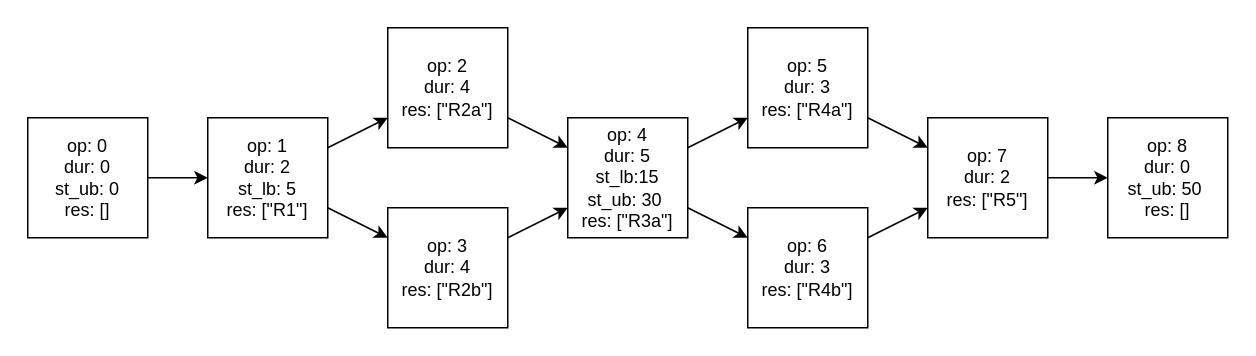
Earlier version of the draw.io diagram auxil/train_dag.drawio (svrc-jan/master-thesis-text). Source tidied: cells renumbered, new cells numbered last; positions are measured from the earlier drawing's top-left corner, leaving out a move shared by most shapes. Both pictures are drawn from the tidied source at 150%, with x=0, y=0 at pixel (27, 27).
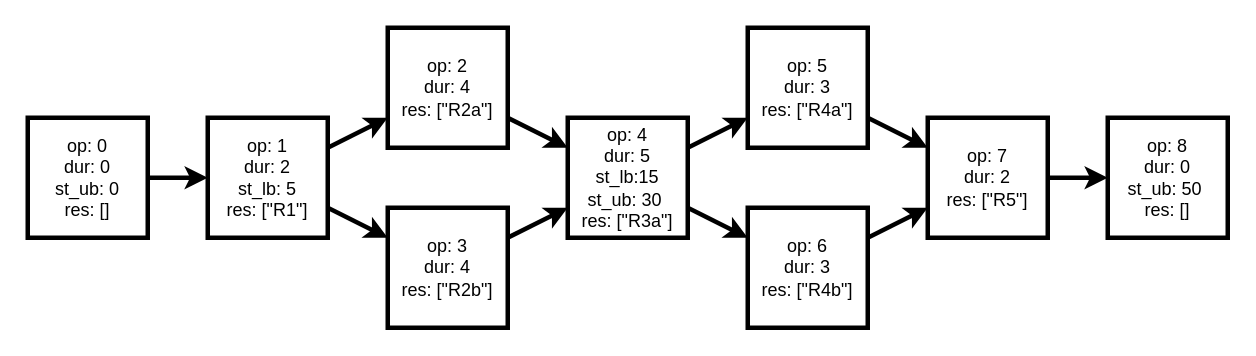
After the change.

What changed in the source:
```diff
@@
-    <mxCell id="2" value="&lt;div&gt;op: 0&lt;/div&gt;&lt;div&gt;dur: 0&lt;/div&gt;&lt;div&gt;st_ub: 0&lt;/div&gt;&lt;div&gt;res: []&lt;/div&gt;" style="rounded=0;whiteSpace=wrap;html=1;" parent="1" vertex="1">
+    <mxCell id="2" value="&lt;div&gt;op: 0&lt;/div&gt;&lt;div&gt;dur: 0&lt;/div&gt;&lt;div&gt;st_ub: 0&lt;/div&gt;&lt;div&gt;res: []&lt;/div&gt;" style="rounded=0;whiteSpace=wrap;html=1;strokeWidth=3;" parent="1" vertex="1">
       <mxGeometry y="60" width="80" height="80" as="geometry" />
     </mxCell>
-    <mxCell id="3" value="&lt;div&gt;op: 1&lt;/div&gt;&lt;div&gt;dur: 2&lt;/div&gt;&lt;div&gt;st_lb: 5&lt;/div&gt;&lt;div&gt;res: [&quot;R1&quot;]&lt;/div&gt;" style="rounded=0;whiteSpace=wrap;html=1;" parent="1" vertex="1">
+    <mxCell id="3" value="&lt;div&gt;op: 1&lt;/div&gt;&lt;div&gt;dur: 2&lt;/div&gt;&lt;div&gt;st_lb: 5&lt;/div&gt;&lt;div&gt;res: [&quot;R1&quot;]&lt;/div&gt;" style="rounded=0;whiteSpace=wrap;html=1;strokeWidth=3;" parent="1" vertex="1">
       <mxGeometry x="120" y="60" width="80" height="80" as="geometry" />
     </mxCell>
-    <mxCell id="4" value="&lt;div&gt;op: 2&lt;/div&gt;&lt;div&gt;dur: 4&lt;/div&gt;&lt;div&gt;res: [&quot;R2a&quot;]&lt;/div&gt;" style="rounded=0;whiteSpace=wrap;html=1;" parent="1" vertex="1">
+    <mxCell id="4" value="&lt;div&gt;op: 2&lt;/div&gt;&lt;div&gt;dur: 4&lt;/div&gt;&lt;div&gt;res: [&quot;R2a&quot;]&lt;/div&gt;" style="rounded=0;whiteSpace=wrap;html=1;strokeWidth=3;" parent="1" vertex="1">
       <mxGeometry x="240" width="80" height="80" as="geometry" />
     </mxCell>
-    <mxCell id="5" value="&lt;div&gt;op: 3&lt;/div&gt;&lt;div&gt;dur: 4&lt;/div&gt;&lt;div&gt;res: [&quot;R2b&quot;]&lt;/div&gt;" style="rounded=0;whiteSpace=wrap;html=1;" parent="1" vertex="1">
+    <mxCell id="5" value="&lt;div&gt;op: 3&lt;/div&gt;&lt;div&gt;dur: 4&lt;/div&gt;&lt;div&gt;res: [&quot;R2b&quot;]&lt;/div&gt;" style="rounded=0;whiteSpace=wrap;html=1;strokeWidth=3;" parent="1" vertex="1">
       <mxGeometry x="240" y="120" width="80" height="80" as="geometry" />
     </mxCell>
-    <mxCell id="6" value="&lt;div&gt;op: 4&lt;/div&gt;&lt;div&gt;dur: 5&lt;/div&gt;&lt;div&gt;st_lb:15&lt;/div&gt;&lt;div&gt;st_ub: 30&amp;nbsp;&lt;/div&gt;&lt;div&gt;res: [&quot;R3a&quot;]&lt;/div&gt;" style="rounded=0;whiteSpace=wrap;html=1;" parent="1" vertex="1">
+    <mxCell id="6" value="&lt;div&gt;op: 4&lt;/div&gt;&lt;div&gt;dur: 5&lt;/div&gt;&lt;div&gt;st_lb:15&lt;/div&gt;&lt;div&gt;st_ub: 30&amp;nbsp;&lt;/div&gt;&lt;div&gt;res: [&quot;R3a&quot;]&lt;/div&gt;" style="rounded=0;whiteSpace=wrap;html=1;strokeWidth=3;" parent="1" vertex="1">
       <mxGeometry x="360" y="60" width="80" height="80" as="geometry" />
     </mxCell>
-    <mxCell id="7" value="&lt;div&gt;op: 5&lt;/div&gt;&lt;div&gt;dur: 3&lt;/div&gt;&lt;div&gt;res: [&quot;R4a&quot;]&lt;/div&gt;" style="rounded=0;whiteSpace=wrap;html=1;" parent="1" vertex="1">
+    <mxCell id="7" value="&lt;div&gt;op: 5&lt;/div&gt;&lt;div&gt;dur: 3&lt;/div&gt;&lt;div&gt;res: [&quot;R4a&quot;]&lt;/div&gt;" style="rounded=0;whiteSpace=wrap;html=1;strokeWidth=3;" parent="1" vertex="1">
       <mxGeometry x="480" width="80" height="80" as="geometry" />
     </mxCell>
-    <mxCell id="8" value="&lt;div&gt;op: 6&lt;/div&gt;&lt;div&gt;dur: 3&lt;/div&gt;&lt;div&gt;res: [&quot;R4b&quot;]&lt;/div&gt;" style="rounded=0;whiteSpace=wrap;html=1;" parent="1" vertex="1">
+    <mxCell id="8" value="&lt;div&gt;op: 6&lt;/div&gt;&lt;div&gt;dur: 3&lt;/div&gt;&lt;div&gt;res: [&quot;R4b&quot;]&lt;/div&gt;" style="rounded=0;whiteSpace=wrap;html=1;strokeWidth=3;" parent="1" vertex="1">
       <mxGeometry x="480" y="120" width="80" height="80" as="geometry" />
     </mxCell>
-    <mxCell id="9" value="&lt;div&gt;op: 7&lt;/div&gt;&lt;div&gt;dur: 2&lt;/div&gt;&lt;div&gt;res: [&quot;R5&quot;]&lt;/div&gt;" style="rounded=0;whiteSpace=wrap;html=1;" parent="1" vertex="1">
+    <mxCell id="9" value="&lt;div&gt;op: 7&lt;/div&gt;&lt;div&gt;dur: 2&lt;/div&gt;&lt;div&gt;res: [&quot;R5&quot;]&lt;/div&gt;" style="rounded=0;whiteSpace=wrap;html=1;strokeWidth=3;" parent="1" vertex="1">
       <mxGeometry x="600" y="60" width="80" height="80" as="geometry" />
     </mxCell>
-    <mxCell id="10" value="&lt;div&gt;op: 8&lt;/div&gt;&lt;div&gt;dur: 0&lt;/div&gt;&lt;div&gt;st_ub: 50&amp;nbsp;&lt;/div&gt;&lt;div&gt;res: []&lt;/div&gt;" style="rounded=0;whiteSpace=wrap;html=1;" parent="1" vertex="1">
+    <mxCell id="10" value="&lt;div&gt;op: 8&lt;/div&gt;&lt;div&gt;dur: 0&lt;/div&gt;&lt;div&gt;st_ub: 50&amp;nbsp;&lt;/div&gt;&lt;div&gt;res: []&lt;/div&gt;" style="rounded=0;whiteSpace=wrap;html=1;strokeWidth=3;" parent="1" vertex="1">
       <mxGeometry x="720" y="60" width="80" height="80" as="geometry" />
     </mxCell>
-    <mxCell id="11" style="endArrow=classic;html=1;rounded=0;" parent="1" edge="1" source="2" target="3">
+    <mxCell id="11" style="endArrow=classic;html=1;rounded=0;strokeWidth=3;" parent="1" edge="1" source="2" target="3">
       <mxGeometry relative="1" as="geometry" />
     </mxCell>
-    <mxCell id="12" style="endArrow=classic;html=1;rounded=0;" parent="1" edge="1" source="3" target="4">
+    <mxCell id="12" style="endArrow=classic;html=1;rounded=0;strokeWidth=3;" parent="1" edge="1" source="3" target="4">
       <mxGeometry relative="1" as="geometry" />
     </mxCell>
-    <mxCell id="13" style="endArrow=classic;html=1;rounded=0;" parent="1" edge="1" source="3" target="5">
+    <mxCell id="13" style="endArrow=classic;html=1;rounded=0;strokeWidth=3;" parent="1" edge="1" source="3" target="5">
       <mxGeometry relative="1" as="geometry" />
     </mxCell>
-    <mxCell id="14" style="endArrow=classic;html=1;rounded=0;" parent="1" edge="1" source="4" target="6">
+    <mxCell id="14" style="endArrow=classic;html=1;rounded=0;strokeWidth=3;" parent="1" edge="1" source="4" target="6">
       <mxGeometry relative="1" as="geometry" />
     </mxCell>
-    <mxCell id="15" style="endArrow=classic;html=1;rounded=0;" parent="1" edge="1" source="5" target="6">
+    <mxCell id="15" style="endArrow=classic;html=1;rounded=0;strokeWidth=3;" parent="1" edge="1" source="5" target="6">
       <mxGeometry relative="1" as="geometry" />
     </mxCell>
-    <mxCell id="16" style="endArrow=classic;html=1;rounded=0;" parent="1" edge="1" source="6" target="7">
+    <mxCell id="16" style="endArrow=classic;html=1;rounded=0;strokeWidth=3;" parent="1" edge="1" source="6" target="7">
       <mxGeometry relative="1" as="geometry" />
     </mxCell>
-    <mxCell id="17" style="endArrow=classic;html=1;rounded=0;" parent="1" edge="1" source="6" target="8">
+    <mxCell id="17" style="endArrow=classic;html=1;rounded=0;strokeWidth=3;" parent="1" edge="1" source="6" target="8">
       <mxGeometry relative="1" as="geometry" />
     </mxCell>
-    <mxCell id="18" style="endArrow=classic;html=1;rounded=0;" parent="1" edge="1" source="7" target="9">
+    <mxCell id="18" style="endArrow=classic;html=1;rounded=0;strokeWidth=3;" parent="1" edge="1" source="7" target="9">
       <mxGeometry relative="1" as="geometry" />
     </mxCell>
-    <mxCell id="19" style="endArrow=classic;html=1;rounded=0;" parent="1" edge="1" source="8" target="9">
+    <mxCell id="19" style="endArrow=classic;html=1;rounded=0;strokeWidth=3;" parent="1" edge="1" source="8" target="9">
       <mxGeometry relative="1" as="geometry" />
     </mxCell>
-    <mxCell id="20" style="endArrow=classic;html=1;rounded=0;" parent="1" edge="1" source="9" target="10">
+    <mxCell id="20" style="endArrow=classic;html=1;rounded=0;strokeWidth=3;" parent="1" edge="1" source="9" target="10">
       <mxGeometry relative="1" as="geometry" />
     </mxCell>
```
